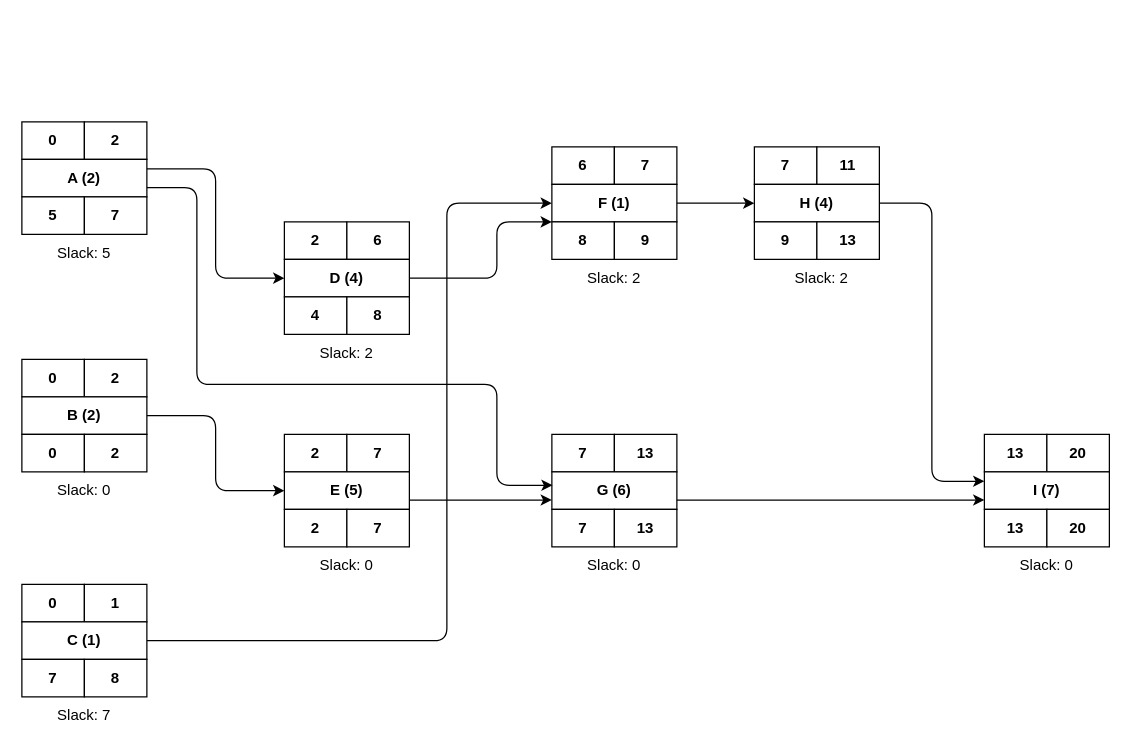
This is a1 question3.drawio from olagalal/draw.io, a draw.io file, before an edit. Source tidied: cells renumbered, new cells numbered last; positions are measured from the earlier drawing's top-left corner, leaving out a move shared by most shapes. Both pictures are drawn from the tidied source at 125%, with x=0, y=0 at pixel (21, 121).
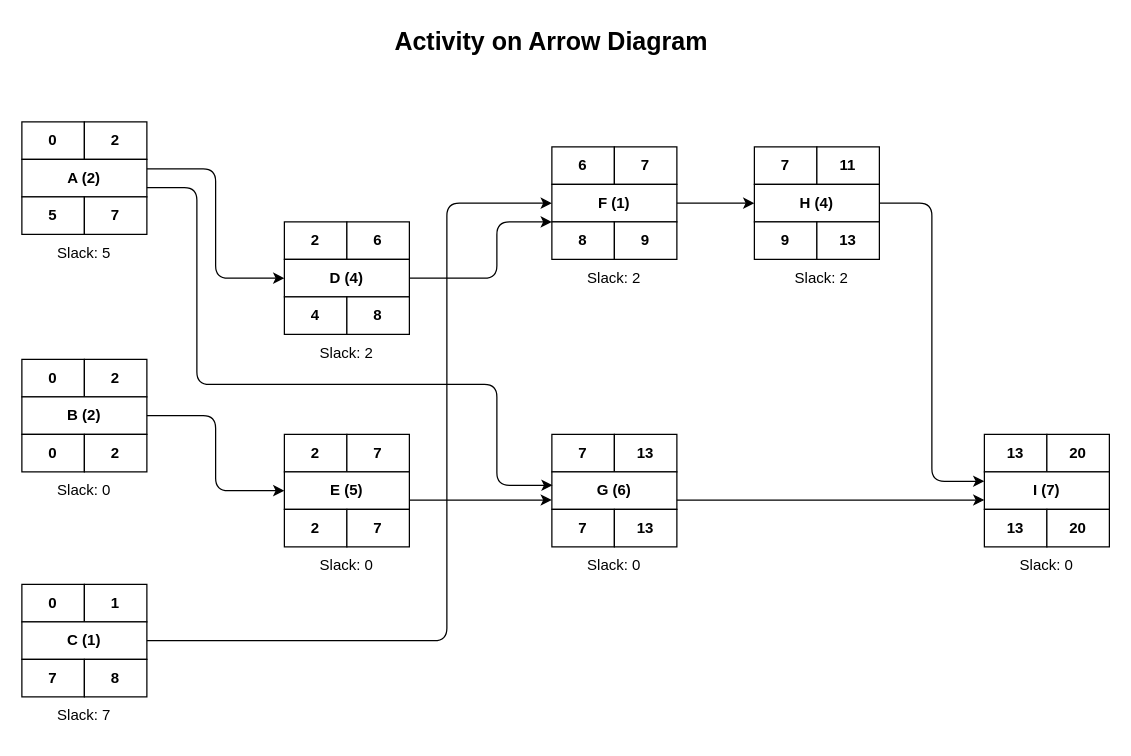
After the change.

Change to the diagram source:
```diff
@@
+    <mxCell id="83" value="&lt;b style=&quot;font-size: 20px;&quot;&gt;Activity on Arrow Diagram&amp;nbsp;&lt;/b&gt;" style="text;html=1;strokeColor=none;fillColor=none;align=center;verticalAlign=middle;whiteSpace=wrap;rounded=0;fontSize=20;" parent="1" vertex="1">
+      <mxGeometry x="281" y="-80" width="291" height="30" as="geometry" />
+    </mxCell>
```
